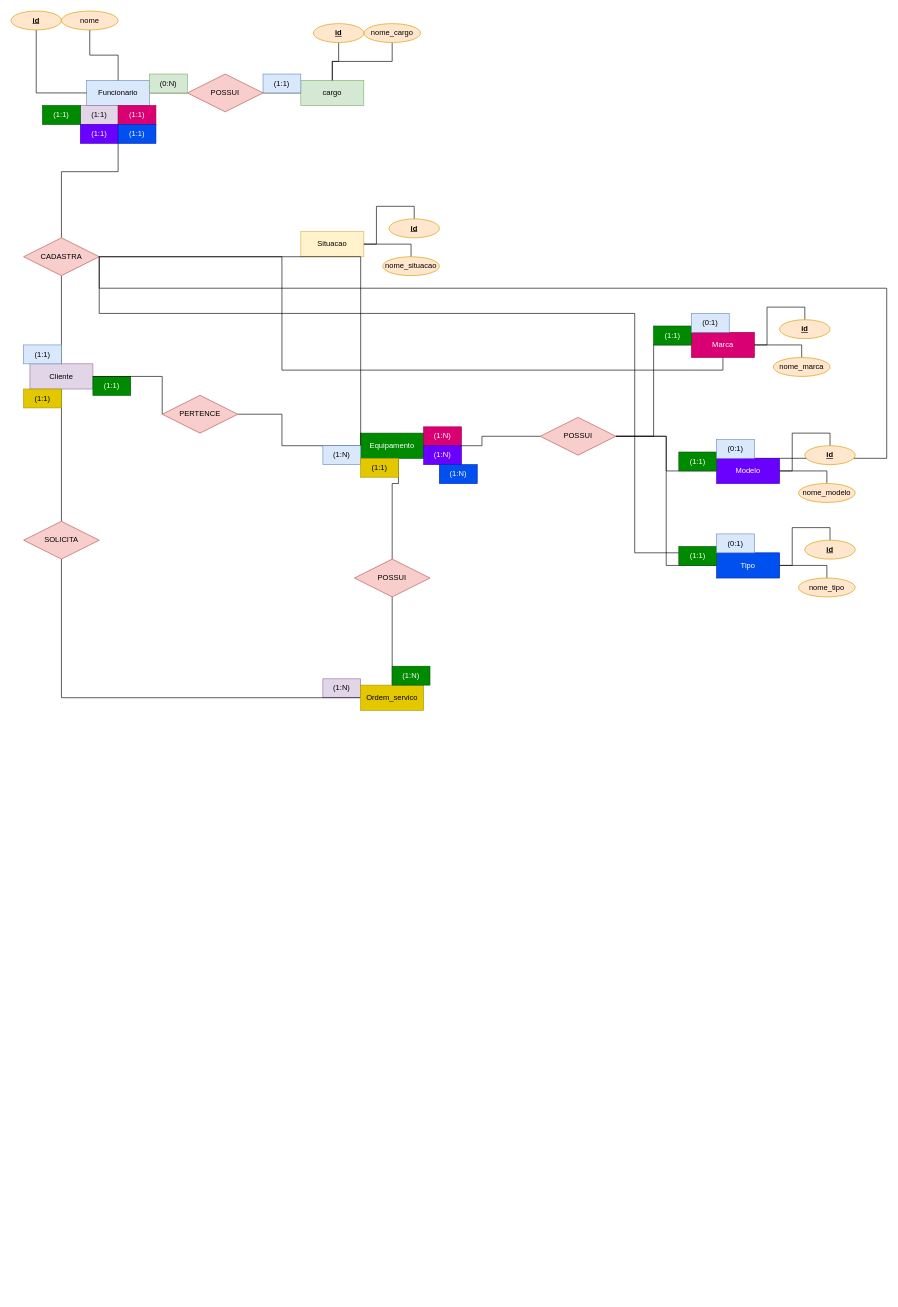
KaahRomao/techFix keeps this draw.io diagram as page "Modelo conceitual" (1 of 2) of modelos/conceitual_logico_techFix.drawio. Above is the earlier version. Source tidied: cells renumbered, new cells numbered last; positions are measured from the earlier drawing's top-left corner, leaving out a move shared by most shapes. Both pictures are drawn from the tidied source at 63%, with x=0, y=0 at pixel (11, 11).
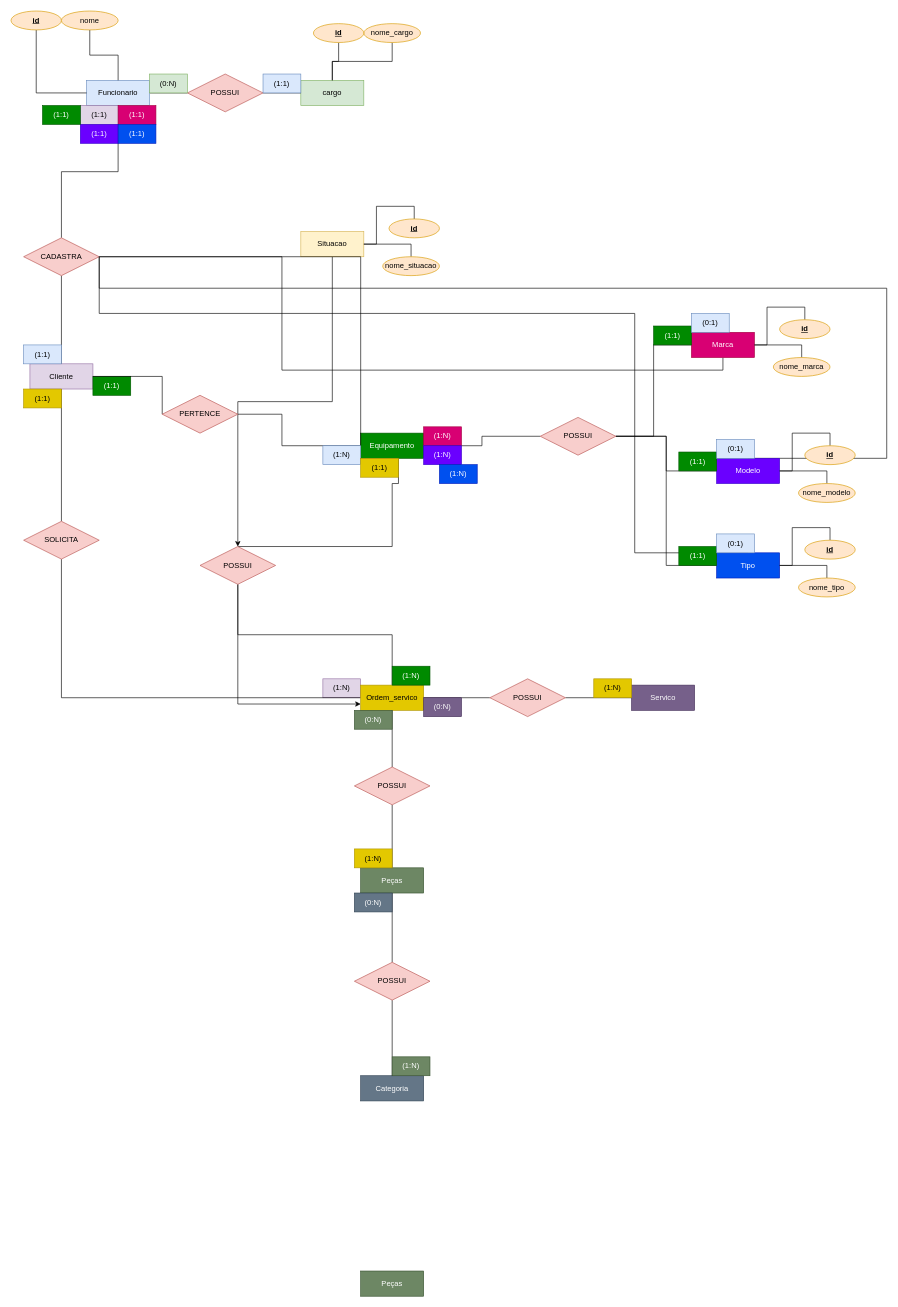
After the change.

Unchanged cells that the change refers to:
```xml
<mxCell id="20" value="Situacao" style="whiteSpace=wrap;html=1;align=center;fillColor=#fff2cc;strokeColor=#d6b656;" parent="1" vertex="1">
  <mxGeometry x="460" y="350" width="100" height="40" as="geometry" />
</mxCell>
<mxCell id="74" value="Ordem_servico" style="whiteSpace=wrap;html=1;align=center;fillColor=#e3c800;fontColor=#000000;strokeColor=#B09500;" parent="1" vertex="1">
  <mxGeometry x="555" y="1070" width="100" height="40" as="geometry" />
</mxCell>
```

What changed in the source:
```diff
@@
+    <mxCell id="82" style="edgeStyle=orthogonalEdgeStyle;rounded=0;jettySize=auto;html=1;exitX=0.5;exitY=1;exitDx=0;exitDy=0;entryX=0.5;entryY=0;entryDx=0;entryDy=0;" parent="1" edge="1" source="20" target="76">
+      <mxGeometry relative="1" as="geometry" />
+    </mxCell>
@@
+    <mxCell id="83" style="edgeStyle=orthogonalEdgeStyle;rounded=0;jettySize=auto;html=1;exitX=1;exitY=0.5;exitDx=0;exitDy=0;entryX=0;entryY=0.5;entryDx=0;entryDy=0;endArrow=none;endFill=0;" parent="1" edge="1" source="74" target="87">
+      <mxGeometry relative="1" as="geometry" />
+    </mxCell>
@@
+    <mxCell id="84" style="edgeStyle=orthogonalEdgeStyle;rounded=0;jettySize=auto;html=1;exitX=0.5;exitY=1;exitDx=0;exitDy=0;entryX=0;entryY=0.75;entryDx=0;entryDy=0;" parent="1" edge="1" source="76" target="74">
+      <mxGeometry relative="1" as="geometry" />
+    </mxCell>
     <mxCell id="76" value="POSSUI" style="shape=rhombus;perimeter=rhombusPerimeter;whiteSpace=wrap;html=1;align=center;fillColor=#f8cecc;strokeColor=#b85450;" parent="1" vertex="1">
-      <mxGeometry x="545" y="870" width="120" height="60" as="geometry" />
+      <mxGeometry x="300" y="850" width="120" height="60" as="geometry" />
     </mxCell>
@@
+    <mxCell id="85" value="Servico" style="whiteSpace=wrap;html=1;align=center;fillColor=#76608a;fontColor=#ffffff;strokeColor=#432D57;" parent="1" vertex="1">
+      <mxGeometry x="985" y="1070" width="100" height="40" as="geometry" />
+    </mxCell>
+    <mxCell id="86" style="edgeStyle=orthogonalEdgeStyle;rounded=0;jettySize=auto;html=1;exitX=1;exitY=0.5;exitDx=0;exitDy=0;entryX=0;entryY=0.5;entryDx=0;entryDy=0;endArrow=none;endFill=0;" parent="1" edge="1" source="87" target="85">
+      <mxGeometry relative="1" as="geometry" />
+    </mxCell>
+    <mxCell id="87" value="POSSUI" style="shape=rhombus;perimeter=rhombusPerimeter;whiteSpace=wrap;html=1;align=center;fillColor=#f8cecc;strokeColor=#b85450;" parent="1" vertex="1">
+      <mxGeometry x="760" y="1060" width="120" height="60" as="geometry" />
+    </mxCell>
+    <mxCell id="88" value="(1:N)" style="text;html=1;whiteSpace=wrap;strokeColor=#B09500;fillColor=#e3c800;align=center;verticalAlign=middle;rounded=0;fontColor=#000000;" parent="1" vertex="1">
+      <mxGeometry x="925" y="1060" width="60" height="30" as="geometry" />
+    </mxCell>
+    <mxCell id="89" value="(0:N)" style="text;html=1;whiteSpace=wrap;strokeColor=#432D57;fillColor=#76608a;align=center;verticalAlign=middle;rounded=0;fontColor=#ffffff;" parent="1" vertex="1">
+      <mxGeometry x="655" y="1090" width="60" height="30" as="geometry" />
+    </mxCell>
+    <mxCell id="90" style="edgeStyle=orthogonalEdgeStyle;rounded=0;jettySize=auto;html=1;exitX=0.5;exitY=0;exitDx=0;exitDy=0;entryX=0.5;entryY=1;entryDx=0;entryDy=0;endArrow=none;endFill=0;" parent="1" edge="1" source="91" target="93">
+      <mxGeometry relative="1" as="geometry" />
+    </mxCell>
+    <mxCell id="91" value="Peças" style="whiteSpace=wrap;html=1;align=center;fillColor=#6d8764;fontColor=#ffffff;strokeColor=#3A5431;" parent="1" vertex="1">
+      <mxGeometry x="555" y="1360" width="100" height="40" as="geometry" />
+    </mxCell>
+    <mxCell id="92" style="edgeStyle=orthogonalEdgeStyle;rounded=0;jettySize=auto;html=1;exitX=0.5;exitY=0;exitDx=0;exitDy=0;entryX=0.5;entryY=1;entryDx=0;entryDy=0;endArrow=none;endFill=0;" parent="1" edge="1" source="93" target="74">
+      <mxGeometry relative="1" as="geometry" />
+    </mxCell>
+    <mxCell id="93" value="POSSUI" style="shape=rhombus;perimeter=rhombusPerimeter;whiteSpace=wrap;html=1;align=center;fillColor=#f8cecc;strokeColor=#b85450;" parent="1" vertex="1">
+      <mxGeometry x="545" y="1200" width="120" height="60" as="geometry" />
+    </mxCell>
+    <mxCell id="94" value="(0:N)" style="text;html=1;whiteSpace=wrap;strokeColor=#3A5431;fillColor=#6d8764;align=center;verticalAlign=middle;rounded=0;fontColor=#ffffff;" parent="1" vertex="1">
+      <mxGeometry x="545" y="1110" width="60" height="30" as="geometry" />
+    </mxCell>
+    <mxCell id="95" value="(1:N)" style="text;html=1;whiteSpace=wrap;strokeColor=#B09500;fillColor=#e3c800;align=center;verticalAlign=middle;rounded=0;fontColor=#000000;" parent="1" vertex="1">
+      <mxGeometry x="545" y="1330" width="60" height="30" as="geometry" />
+    </mxCell>
+    <mxCell id="96" value="Categoria" style="whiteSpace=wrap;html=1;align=center;fillColor=#647687;fontColor=#ffffff;strokeColor=#314354;" parent="1" vertex="1">
+      <mxGeometry x="555" y="1690" width="100" height="40" as="geometry" />
+    </mxCell>
+    <mxCell id="97" value="Peças" style="whiteSpace=wrap;html=1;align=center;fillColor=#6d8764;fontColor=#ffffff;strokeColor=#3A5431;" parent="1" vertex="1">
+      <mxGeometry x="555" y="2000" width="100" height="40" as="geometry" />
+    </mxCell>
+    <mxCell id="98" style="edgeStyle=orthogonalEdgeStyle;rounded=0;jettySize=auto;html=1;exitX=0.5;exitY=0;exitDx=0;exitDy=0;entryX=0.5;entryY=1;entryDx=0;entryDy=0;endArrow=none;endFill=0;" parent="1" edge="1" source="100" target="91">
+      <mxGeometry relative="1" as="geometry" />
+    </mxCell>
+    <mxCell id="99" style="edgeStyle=orthogonalEdgeStyle;rounded=0;jettySize=auto;html=1;exitX=0.5;exitY=1;exitDx=0;exitDy=0;entryX=0.5;entryY=0;entryDx=0;entryDy=0;endArrow=none;endFill=0;" parent="1" edge="1" source="100" target="96">
+      <mxGeometry relative="1" as="geometry" />
+    </mxCell>
+    <mxCell id="100" value="POSSUI" style="shape=rhombus;perimeter=rhombusPerimeter;whiteSpace=wrap;html=1;align=center;fillColor=#f8cecc;strokeColor=#b85450;" parent="1" vertex="1">
+      <mxGeometry x="545" y="1510" width="120" height="60" as="geometry" />
+    </mxCell>
+    <mxCell id="101" value="(1:N)" style="text;html=1;whiteSpace=wrap;strokeColor=#3A5431;fillColor=#6d8764;align=center;verticalAlign=middle;rounded=0;fontColor=#ffffff;" parent="1" vertex="1">
+      <mxGeometry x="605" y="1660" width="60" height="30" as="geometry" />
+    </mxCell>
+    <mxCell id="102" value="(0:N)" style="text;html=1;whiteSpace=wrap;strokeColor=#314354;fillColor=#647687;align=center;verticalAlign=middle;rounded=0;fontColor=#ffffff;" parent="1" vertex="1">
+      <mxGeometry x="545" y="1400" width="60" height="30" as="geometry" />
+    </mxCell>
```
